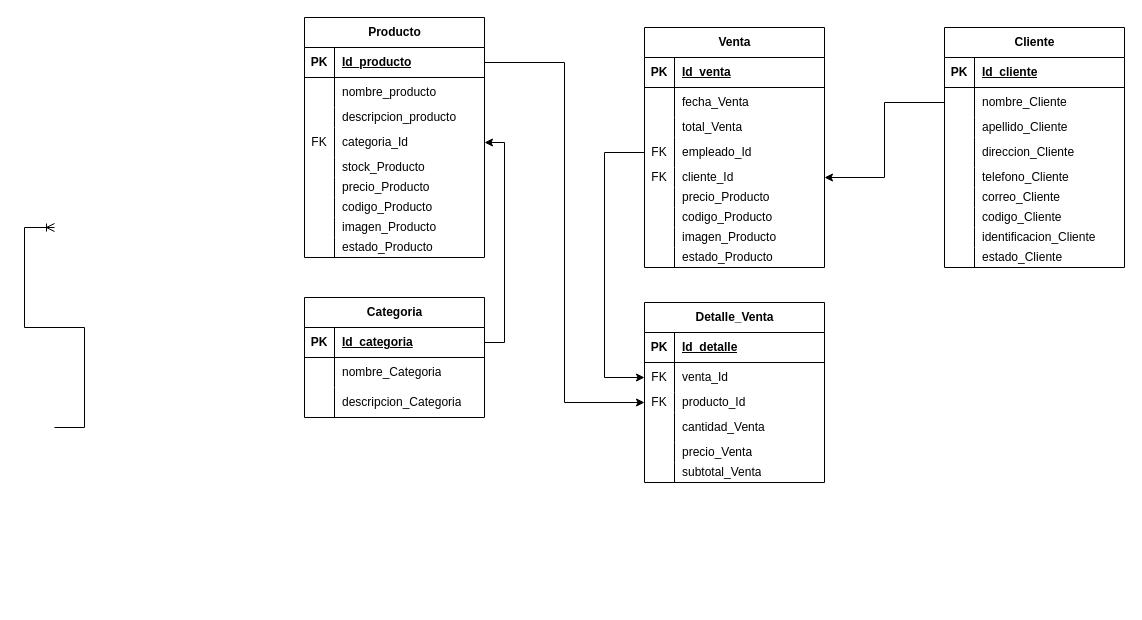
Above: Diagrama sin título.drawio in TechPioneerSV/DiagramaPV (draw.io), before the change. Source tidied: cells renumbered, new cells numbered last; positions are measured from the earlier drawing's top-left corner, leaving out a move shared by most shapes. Both pictures are drawn from the tidied source at 100%, with x=0, y=0 at pixel (-206, 17).
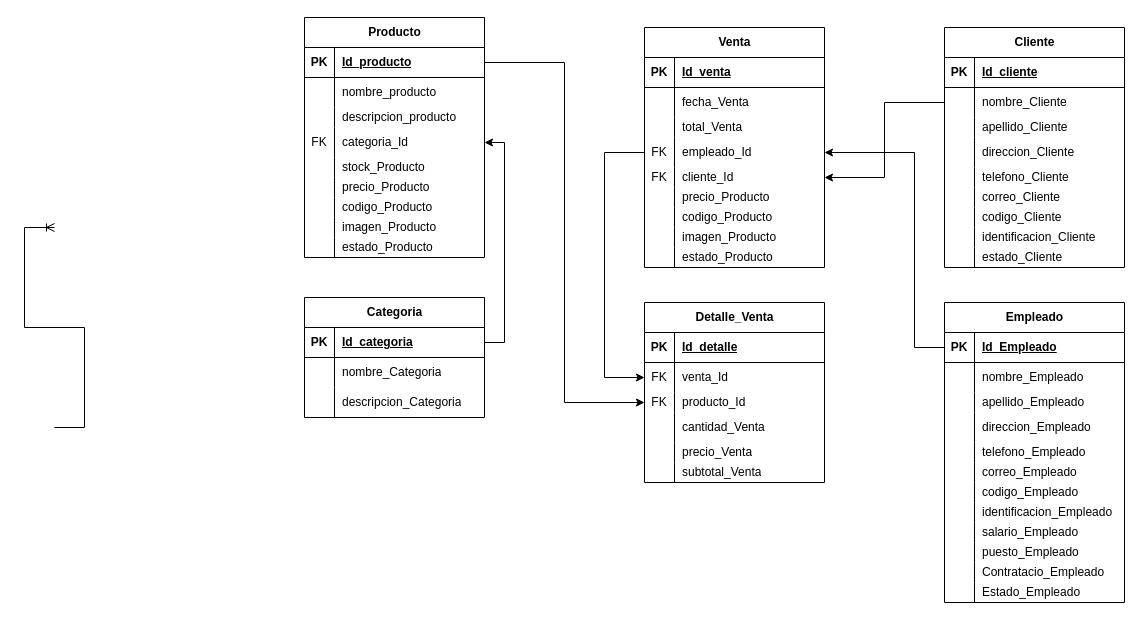
After the change.

Unchanged cells that the change refers to:
```xml
<mxCell id="51" style="shape=tableRow;horizontal=0;startSize=0;swimlaneHead=0;swimlaneBody=0;fillColor=none;points=[[0,0.5],[1,0.5]];portConstraint=eastwest;top=0;left=0;right=0;bottom=0;" parent="41" vertex="1">
  <mxGeometry y="110" width="180" height="30" as="geometry" />
</mxCell>
```

What changed in the source:
```diff
@@
+    <mxCell id="120" value="Empleado" style="shape=table;startSize=30;childLayout=tableLayout;rowLines=0;fontStyle=1;align=center;html=1;" parent="1" vertex="1">
+      <mxGeometry x="1150" y="285" width="180" height="300" as="geometry" />
+    </mxCell>
+    <mxCell id="121" style="shape=tableRow;horizontal=0;startSize=0;swimlaneHead=0;swimlaneBody=0;fillColor=none;points=[[0,0.5],[1,0.5]];portConstraint=eastwest;top=0;left=0;right=0;bottom=1;" parent="120" vertex="1">
+      <mxGeometry y="30" width="180" height="30" as="geometry" />
+    </mxCell>
+    <mxCell id="122" value="PK" style="shape=partialRectangle;fillColor=none;top=0;left=0;bottom=0;right=0;fontStyle=1;overflow=hidden;whiteSpace=wrap;html=1;" parent="121" vertex="1">
+      <mxGeometry width="30" height="30" as="geometry" />
+    </mxCell>
+    <mxCell id="123" value="Id_Empleado" style="shape=partialRectangle;fillColor=none;top=0;left=0;bottom=0;right=0;align=left;spacingLeft=6;fontStyle=5;overflow=hidden;whiteSpace=wrap;html=1;" parent="121" vertex="1">
+      <mxGeometry x="30" width="150" height="30" as="geometry" />
+    </mxCell>
+    <mxCell id="124" style="shape=tableRow;horizontal=0;startSize=0;swimlaneHead=0;swimlaneBody=0;fillColor=none;top=0;left=0;right=0;bottom=0;" parent="120" vertex="1">
+      <mxGeometry y="60" width="180" height="30" as="geometry" />
+    </mxCell>
+    <mxCell id="125" style="shape=partialRectangle;fillColor=none;top=0;left=0;bottom=0;right=0;overflow=hidden;whiteSpace=wrap;html=1;" parent="124" vertex="1">
+      <mxGeometry width="30" height="30" as="geometry" />
+    </mxCell>
+    <mxCell id="126" value="nombre_Empleado" style="shape=partialRectangle;fillColor=none;top=0;left=0;bottom=0;right=0;align=left;spacingLeft=6;overflow=hidden;whiteSpace=wrap;html=1;" parent="124" vertex="1">
+      <mxGeometry x="30" width="150" height="30" as="geometry" />
+    </mxCell>
+    <mxCell id="127" style="shape=tableRow;horizontal=0;startSize=0;swimlaneHead=0;swimlaneBody=0;fillColor=none;top=0;left=0;right=0;bottom=0;" parent="120" vertex="1">
+      <mxGeometry y="90" width="180" height="20" as="geometry" />
+    </mxCell>
+    <mxCell id="128" style="shape=partialRectangle;fillColor=none;top=0;left=0;bottom=0;right=0;overflow=hidden;whiteSpace=wrap;html=1;" parent="127" vertex="1">
+      <mxGeometry width="30" height="20" as="geometry" />
+    </mxCell>
+    <mxCell id="129" value="&lt;div&gt;apellido_Empleado&lt;/div&gt;" style="shape=partialRectangle;fillColor=none;top=0;left=0;bottom=0;right=0;align=left;spacingLeft=6;overflow=hidden;whiteSpace=wrap;html=1;" parent="127" vertex="1">
+      <mxGeometry x="30" width="150" height="20" as="geometry" />
+    </mxCell>
+    <mxCell id="130" style="shape=tableRow;horizontal=0;startSize=0;swimlaneHead=0;swimlaneBody=0;fillColor=none;top=0;left=0;right=0;bottom=0;" parent="120" vertex="1">
+      <mxGeometry y="110" width="180" height="30" as="geometry" />
+    </mxCell>
+    <mxCell id="131" style="shape=partialRectangle;fillColor=none;top=0;left=0;bottom=0;right=0;fontStyle=0;overflow=hidden;whiteSpace=wrap;html=1;" parent="130" vertex="1">
+      <mxGeometry width="30" height="30" as="geometry" />
+    </mxCell>
+    <mxCell id="132" value="direccion_Empleado" style="shape=partialRectangle;fillColor=none;top=0;left=0;bottom=0;right=0;align=left;spacingLeft=6;fontStyle=0;overflow=hidden;whiteSpace=wrap;html=1;" parent="130" vertex="1">
+      <mxGeometry x="30" width="150" height="30" as="geometry" />
+    </mxCell>
+    <mxCell id="133" style="shape=tableRow;horizontal=0;startSize=0;swimlaneHead=0;swimlaneBody=0;fillColor=none;top=0;left=0;right=0;bottom=0;" parent="120" vertex="1">
+      <mxGeometry y="140" width="180" height="20" as="geometry" />
+    </mxCell>
+    <mxCell id="134" style="shape=partialRectangle;fillColor=none;top=0;left=0;bottom=0;right=0;overflow=hidden;whiteSpace=wrap;html=1;" parent="133" vertex="1">
+      <mxGeometry width="30" height="20" as="geometry" />
+    </mxCell>
+    <mxCell id="135" value="telefono_Empleado" style="shape=partialRectangle;fillColor=none;top=0;left=0;bottom=0;right=0;align=left;spacingLeft=6;overflow=hidden;whiteSpace=wrap;html=1;" parent="133" vertex="1">
+      <mxGeometry x="30" width="150" height="20" as="geometry" />
+    </mxCell>
+    <mxCell id="136" style="shape=tableRow;horizontal=0;startSize=0;swimlaneHead=0;swimlaneBody=0;fillColor=none;top=0;left=0;right=0;bottom=0;" parent="120" vertex="1">
+      <mxGeometry y="160" width="180" height="20" as="geometry" />
+    </mxCell>
+    <mxCell id="137" style="shape=partialRectangle;fillColor=none;top=0;left=0;bottom=0;right=0;overflow=hidden;whiteSpace=wrap;html=1;" parent="136" vertex="1">
+      <mxGeometry width="30" height="20" as="geometry" />
+    </mxCell>
+    <mxCell id="138" value="correo_Empleado" style="shape=partialRectangle;fillColor=none;top=0;left=0;bottom=0;right=0;align=left;spacingLeft=6;overflow=hidden;whiteSpace=wrap;html=1;" parent="136" vertex="1">
+      <mxGeometry x="30" width="150" height="20" as="geometry" />
+    </mxCell>
+    <mxCell id="139" style="shape=tableRow;horizontal=0;startSize=0;swimlaneHead=0;swimlaneBody=0;fillColor=none;top=0;left=0;right=0;bottom=0;" parent="120" vertex="1">
+      <mxGeometry y="180" width="180" height="20" as="geometry" />
+    </mxCell>
+    <mxCell id="140" style="shape=partialRectangle;fillColor=none;top=0;left=0;bottom=0;right=0;overflow=hidden;whiteSpace=wrap;html=1;" parent="139" vertex="1">
+      <mxGeometry width="30" height="20" as="geometry" />
+    </mxCell>
+    <mxCell id="141" value="codigo_Empleado" style="shape=partialRectangle;fillColor=none;top=0;left=0;bottom=0;right=0;align=left;spacingLeft=6;overflow=hidden;whiteSpace=wrap;html=1;" parent="139" vertex="1">
+      <mxGeometry x="30" width="150" height="20" as="geometry" />
+    </mxCell>
+    <mxCell id="142" style="shape=tableRow;horizontal=0;startSize=0;swimlaneHead=0;swimlaneBody=0;fillColor=none;top=0;left=0;right=0;bottom=0;" parent="120" vertex="1">
+      <mxGeometry y="200" width="180" height="20" as="geometry" />
+    </mxCell>
+    <mxCell id="143" style="shape=partialRectangle;fillColor=none;top=0;left=0;bottom=0;right=0;overflow=hidden;whiteSpace=wrap;html=1;" parent="142" vertex="1">
+      <mxGeometry width="30" height="20" as="geometry" />
+    </mxCell>
+    <mxCell id="144" value="identificacion_Empleado" style="shape=partialRectangle;fillColor=none;top=0;left=0;bottom=0;right=0;align=left;spacingLeft=6;overflow=hidden;whiteSpace=wrap;html=1;" parent="142" vertex="1">
+      <mxGeometry x="30" width="150" height="20" as="geometry" />
+    </mxCell>
+    <mxCell id="145" style="shape=tableRow;horizontal=0;startSize=0;swimlaneHead=0;swimlaneBody=0;fillColor=none;top=0;left=0;right=0;bottom=0;" parent="120" vertex="1">
+      <mxGeometry y="220" width="180" height="20" as="geometry" />
+    </mxCell>
+    <mxCell id="146" style="shape=partialRectangle;fillColor=none;top=0;left=0;bottom=0;right=0;overflow=hidden;whiteSpace=wrap;html=1;" parent="145" vertex="1">
+      <mxGeometry width="30" height="20" as="geometry" />
+    </mxCell>
+    <mxCell id="147" value="salario_Empleado" style="shape=partialRectangle;fillColor=none;top=0;left=0;bottom=0;right=0;align=left;spacingLeft=6;overflow=hidden;whiteSpace=wrap;html=1;" parent="145" vertex="1">
+      <mxGeometry x="30" width="150" height="20" as="geometry" />
+    </mxCell>
+    <mxCell id="148" style="shape=tableRow;horizontal=0;startSize=0;swimlaneHead=0;swimlaneBody=0;fillColor=none;top=0;left=0;right=0;bottom=0;" parent="120" vertex="1">
+      <mxGeometry y="240" width="180" height="20" as="geometry" />
+    </mxCell>
+    <mxCell id="149" style="shape=partialRectangle;fillColor=none;top=0;left=0;bottom=0;right=0;overflow=hidden;whiteSpace=wrap;html=1;" parent="148" vertex="1">
+      <mxGeometry width="30" height="20" as="geometry" />
+    </mxCell>
+    <mxCell id="150" value="puesto_Empleado" style="shape=partialRectangle;fillColor=none;top=0;left=0;bottom=0;right=0;align=left;spacingLeft=6;overflow=hidden;whiteSpace=wrap;html=1;" parent="148" vertex="1">
+      <mxGeometry x="30" width="150" height="20" as="geometry" />
+    </mxCell>
+    <mxCell id="151" style="shape=tableRow;horizontal=0;startSize=0;swimlaneHead=0;swimlaneBody=0;fillColor=none;top=0;left=0;right=0;bottom=0;" parent="120" vertex="1">
+      <mxGeometry y="260" width="180" height="20" as="geometry" />
+    </mxCell>
+    <mxCell id="152" style="shape=partialRectangle;fillColor=none;top=0;left=0;bottom=0;right=0;overflow=hidden;whiteSpace=wrap;html=1;" parent="151" vertex="1">
+      <mxGeometry width="30" height="20" as="geometry" />
+    </mxCell>
+    <mxCell id="153" value="Contratacio_Empleado" style="shape=partialRectangle;fillColor=none;top=0;left=0;bottom=0;right=0;align=left;spacingLeft=6;overflow=hidden;whiteSpace=wrap;html=1;" parent="151" vertex="1">
+      <mxGeometry x="30" width="150" height="20" as="geometry" />
+    </mxCell>
+    <mxCell id="154" style="shape=tableRow;horizontal=0;startSize=0;swimlaneHead=0;swimlaneBody=0;fillColor=none;top=0;left=0;right=0;bottom=0;" parent="120" vertex="1">
+      <mxGeometry y="280" width="180" height="20" as="geometry" />
+    </mxCell>
+    <mxCell id="155" style="shape=partialRectangle;fillColor=none;top=0;left=0;bottom=0;right=0;overflow=hidden;whiteSpace=wrap;html=1;" parent="154" vertex="1">
+      <mxGeometry width="30" height="20" as="geometry" />
+    </mxCell>
+    <mxCell id="156" value="Estado_Empleado" style="shape=partialRectangle;fillColor=none;top=0;left=0;bottom=0;right=0;align=left;spacingLeft=6;overflow=hidden;whiteSpace=wrap;html=1;" parent="154" vertex="1">
+      <mxGeometry x="30" width="150" height="20" as="geometry" />
+    </mxCell>
+    <mxCell id="157" style="edgeStyle=orthogonalEdgeStyle;rounded=0;jettySize=auto;html=1;exitX=0;exitY=0.5;exitDx=0;exitDy=0;entryX=1;entryY=0.5;entryDx=0;entryDy=0;" parent="1" edge="1" source="121" target="51">
+      <mxGeometry relative="1" as="geometry">
+        <Array as="points">
+          <mxPoint x="1120" y="330" />
+          <mxPoint x="1120" y="135" />
+        </Array>
+      </mxGeometry>
+    </mxCell>
```
